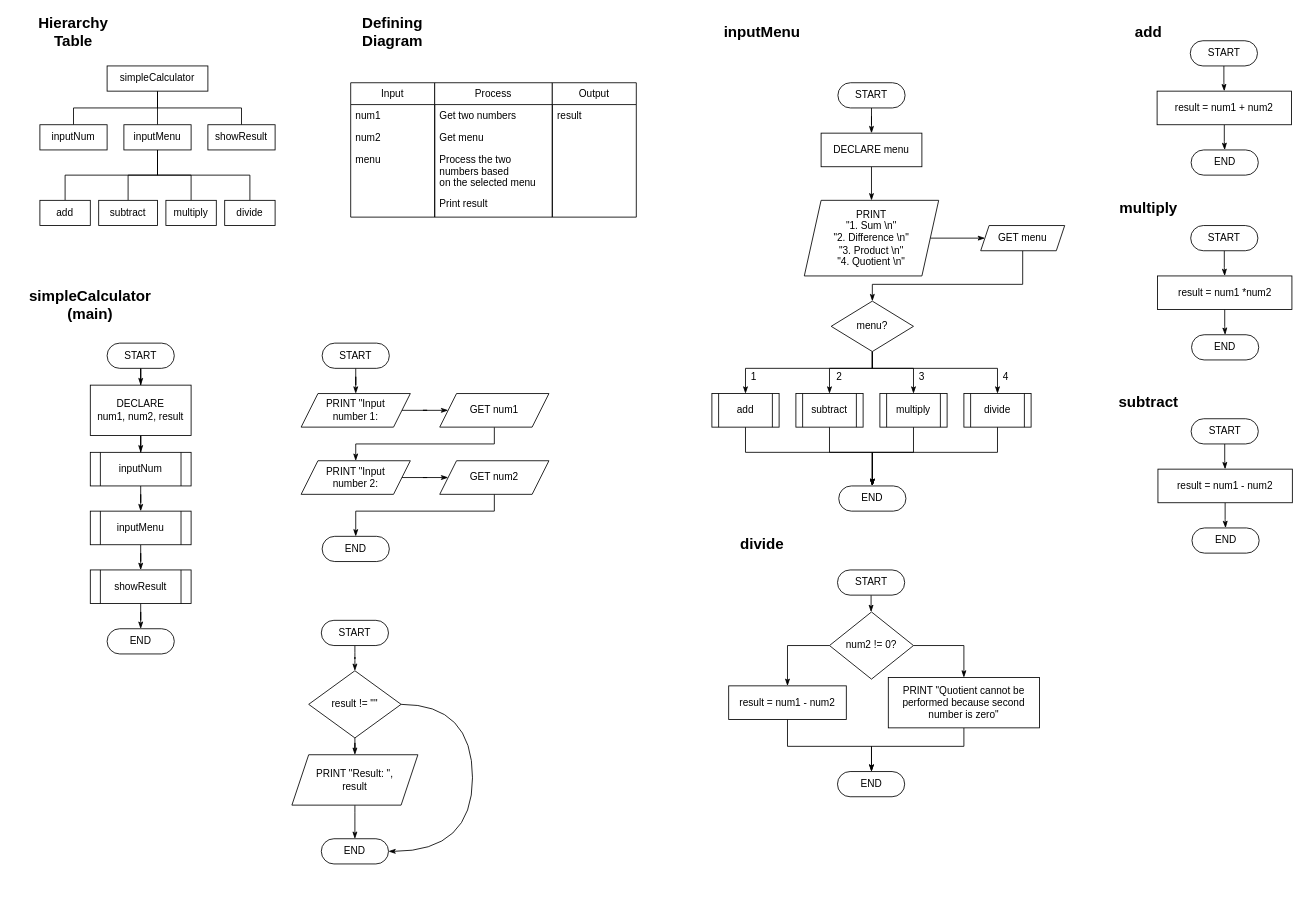
This is IF130/Lecture05/Exercise1.drawio from itshiroto/UMN-firstterm, a draw.io file, before an edit. Source tidied: cells renumbered, new cells numbered last; positions are measured from the earlier drawing's top-left corner, leaving out a move shared by most shapes. Both pictures are drawn from the tidied source at 84%, with x=0, y=0 at pixel (14, 15).
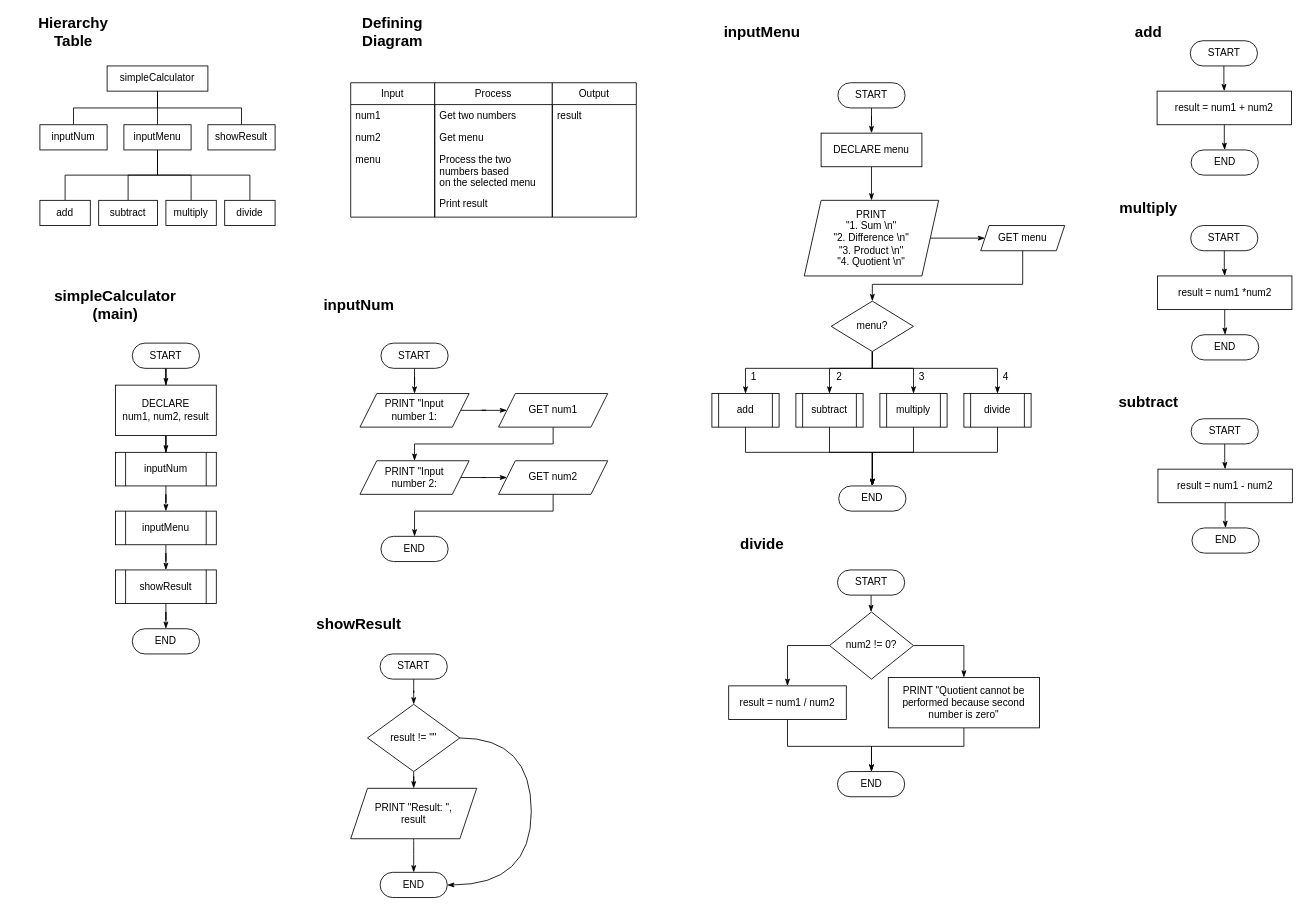
The same diagram, later.

Diff of the diagram source:
```diff
@@
     <mxCell id="17" value="START" style="rounded=1;whiteSpace=wrap;html=1;arcSize=50;" parent="1" vertex="1">
-      <mxGeometry x="110" y="390" width="80" height="30" as="geometry" />
+      <mxGeometry x="140" y="390" width="80" height="30" as="geometry" />
     </mxCell>
@@
     <mxCell id="19" value="inputNum" style="shape=process;whiteSpace=wrap;html=1;backgroundOutline=1;" parent="1" vertex="1">
-      <mxGeometry x="90" y="520" width="120" height="40" as="geometry" />
+      <mxGeometry x="120" y="520" width="120" height="40" as="geometry" />
     </mxCell>
@@
     <mxCell id="21" value="inputMenu" style="shape=process;whiteSpace=wrap;html=1;backgroundOutline=1;" parent="1" vertex="1">
-      <mxGeometry x="90" y="590" width="120" height="40" as="geometry" />
+      <mxGeometry x="120" y="590" width="120" height="40" as="geometry" />
     </mxCell>
@@
     <mxCell id="24" value="showResult" style="shape=process;whiteSpace=wrap;html=1;backgroundOutline=1;" parent="1" vertex="1">
-      <mxGeometry x="90" y="660" width="120" height="40" as="geometry" />
+      <mxGeometry x="120" y="660" width="120" height="40" as="geometry" />
     </mxCell>
     <mxCell id="25" value="END" style="rounded=1;whiteSpace=wrap;html=1;arcSize=50;" parent="1" vertex="1">
-      <mxGeometry x="110" y="730" width="80" height="30" as="geometry" />
+      <mxGeometry x="140" y="730" width="80" height="30" as="geometry" />
     </mxCell>
@@
     <mxCell id="27" value="&lt;div&gt;DECLARE&lt;/div&gt;&lt;div&gt;num1, num2, result&lt;br&gt;&lt;/div&gt;" style="rounded=0;whiteSpace=wrap;html=1;" parent="1" vertex="1">
-      <mxGeometry x="90" y="440" width="120" height="60" as="geometry" />
+      <mxGeometry x="120" y="440" width="120" height="60" as="geometry" />
     </mxCell>
@@
     <mxCell id="29" value="START" style="rounded=1;whiteSpace=wrap;html=1;arcSize=50;" parent="1" vertex="1">
-      <mxGeometry x="366" y="390" width="80" height="30" as="geometry" />
+      <mxGeometry x="436" y="390" width="80" height="30" as="geometry" />
     </mxCell>
     <mxCell id="30" value="END" style="rounded=1;whiteSpace=wrap;html=1;arcSize=50;" parent="1" vertex="1">
-      <mxGeometry x="366" y="620" width="80" height="30" as="geometry" />
+      <mxGeometry x="436" y="620" width="80" height="30" as="geometry" />
     </mxCell>
@@
     <mxCell id="32" value="PRINT &quot;Input number 1:" style="shape=parallelogram;perimeter=parallelogramPerimeter;whiteSpace=wrap;html=1;fixedSize=1;spacingLeft=10;spacingBottom=10;spacingRight=10;spacingTop=10;" parent="1" vertex="1">
-      <mxGeometry x="341" y="450" width="130" height="40" as="geometry" />
+      <mxGeometry x="411" y="450" width="130" height="40" as="geometry" />
     </mxCell>
     <mxCell id="33" style="edgeStyle=orthogonalEdgeStyle;rounded=0;jettySize=auto;html=1;entryX=0.5;entryY=0;entryDx=0;entryDy=0;endArrow=classicThin;endFill=1;" parent="1" edge="1" source="34" target="36">
       <mxGeometry relative="1" as="geometry">
         <Array as="points">
-          <mxPoint x="571" y="510" />
-          <mxPoint x="406" y="510" />
+          <mxPoint x="641" y="510" />
+          <mxPoint x="476" y="510" />
         </Array>
       </mxGeometry>
     </mxCell>
     <mxCell id="34" value="GET num1" style="shape=parallelogram;perimeter=parallelogramPerimeter;whiteSpace=wrap;html=1;fixedSize=1;spacingLeft=10;spacingBottom=10;spacingRight=10;spacingTop=10;" parent="1" vertex="1">
-      <mxGeometry x="506" y="450" width="130" height="40" as="geometry" />
+      <mxGeometry x="576" y="450" width="130" height="40" as="geometry" />
     </mxCell>
@@
     <mxCell id="36" value="PRINT &quot;Input number 2:" style="shape=parallelogram;perimeter=parallelogramPerimeter;whiteSpace=wrap;html=1;fixedSize=1;spacingLeft=10;spacingBottom=10;spacingRight=10;spacingTop=10;" parent="1" vertex="1">
-      <mxGeometry x="341" y="530" width="130" height="40" as="geometry" />
+      <mxGeometry x="411" y="530" width="130" height="40" as="geometry" />
     </mxCell>
     <mxCell id="37" style="edgeStyle=orthogonalEdgeStyle;rounded=0;jettySize=auto;html=1;entryX=0.5;entryY=0;entryDx=0;entryDy=0;endArrow=classicThin;endFill=1;" parent="1" edge="1" source="38" target="30">
       <mxGeometry relative="1" as="geometry">
         <Array as="points">
-          <mxPoint x="571" y="590" />
-          <mxPoint x="406" y="590" />
+          <mxPoint x="641" y="590" />
+          <mxPoint x="476" y="590" />
         </Array>
       </mxGeometry>
     </mxCell>
     <mxCell id="38" value="GET num2" style="shape=parallelogram;perimeter=parallelogramPerimeter;whiteSpace=wrap;html=1;fixedSize=1;spacingLeft=10;spacingBottom=10;spacingRight=10;spacingTop=10;" parent="1" vertex="1">
-      <mxGeometry x="506" y="530" width="130" height="40" as="geometry" />
+      <mxGeometry x="576" y="530" width="130" height="40" as="geometry" />
     </mxCell>
@@
     <mxCell id="40" value="START" style="rounded=1;whiteSpace=wrap;html=1;arcSize=50;" parent="1" vertex="1">
-      <mxGeometry x="365" y="720" width="80" height="30" as="geometry" />
+      <mxGeometry x="435" y="760" width="80" height="30" as="geometry" />
     </mxCell>
     <mxCell id="41" value="END" style="rounded=1;whiteSpace=wrap;html=1;arcSize=50;" parent="1" vertex="1">
-      <mxGeometry x="365" y="980" width="80" height="30" as="geometry" />
+      <mxGeometry x="435" y="1020" width="80" height="30" as="geometry" />
     </mxCell>
     <mxCell id="42" style="edgeStyle=orthogonalEdgeStyle;rounded=0;jettySize=auto;html=1;entryX=1;entryY=0.5;entryDx=0;entryDy=0;endArrow=classicThin;endFill=1;curved=1;" parent="1" edge="1" source="44" target="41">
       <mxGeometry relative="1" as="geometry">
         <Array as="points">
-          <mxPoint x="545" y="820" />
-          <mxPoint x="545" y="995" />
+          <mxPoint x="615" y="860" />
+          <mxPoint x="615" y="1035" />
         </Array>
       </mxGeometry>
     </mxCell>
@@
     <mxCell id="44" value="result != &quot;&quot;" style="rhombus;whiteSpace=wrap;html=1;" parent="1" vertex="1">
-      <mxGeometry x="350" y="780" width="110" height="80" as="geometry" />
+      <mxGeometry x="420" y="820" width="110" height="80" as="geometry" />
     </mxCell>
@@
     <mxCell id="46" value="PRINT &quot;Result: &quot;, result" style="shape=parallelogram;perimeter=parallelogramPerimeter;whiteSpace=wrap;html=1;fixedSize=1;spacing=15;spacingTop=15;spacingLeft=15;spacingBottom=15;spacingRight=15;" parent="1" vertex="1">
-      <mxGeometry x="330" y="880" width="150" height="60" as="geometry" />
+      <mxGeometry x="400" y="920" width="150" height="60" as="geometry" />
     </mxCell>
@@
-    <mxCell id="92" value="result = num1 - num2" style="rounded=0;whiteSpace=wrap;html=1;" parent="1" vertex="1">
+    <mxCell id="92" value="result = num1 / num2" style="rounded=0;whiteSpace=wrap;html=1;" parent="1" vertex="1">
       <mxGeometry x="850" y="798" width="140" height="40" as="geometry" />
     </mxCell>
@@
     <mxCell id="116" value="&lt;div&gt;simpleCalculator (main)&lt;/div&gt;" style="text;html=1;strokeColor=none;fillColor=none;align=center;verticalAlign=middle;whiteSpace=wrap;rounded=0;fontStyle=1;fontSize=18;" parent="1" vertex="1">
-      <mxGeometry y="320" width="180" height="50" as="geometry" />
+      <mxGeometry x="30" y="320" width="180" height="50" as="geometry" />
     </mxCell>
+    <mxCell id="117" value="inputNum" style="text;html=1;strokeColor=none;fillColor=none;align=center;verticalAlign=middle;whiteSpace=wrap;rounded=0;fontStyle=1;fontSize=18;" parent="1" vertex="1">
+      <mxGeometry x="320" y="320" width="180" height="50" as="geometry" />
+    </mxCell>
+    <mxCell id="118" value="showResult" style="text;html=1;strokeColor=none;fillColor=none;align=center;verticalAlign=middle;whiteSpace=wrap;rounded=0;fontStyle=1;fontSize=18;" parent="1" vertex="1">
+      <mxGeometry x="340" y="700" width="140" height="50" as="geometry" />
+    </mxCell>
```
